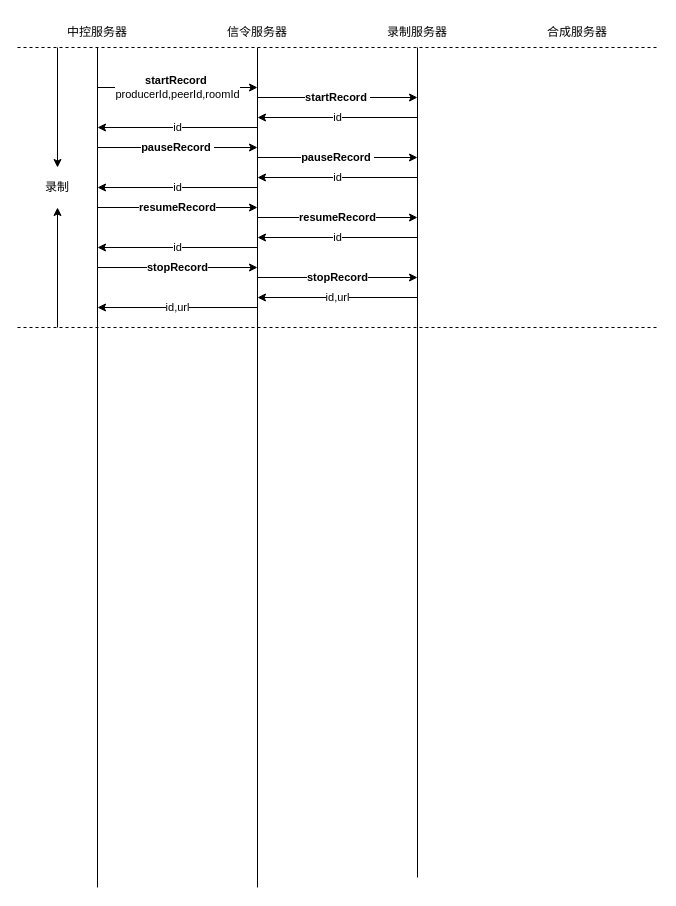
The draw.io diagram page "Page-1" (1 of 2) of Diagram3.drawio in craterone/imgs, before the edit. Source tidied: cells renumbered, new cells numbered last; positions are measured from the earlier drawing's top-left corner, leaving out a move shared by most shapes. Both pictures are drawn from the tidied source at 100%, with x=0, y=0 at pixel (17, 17).
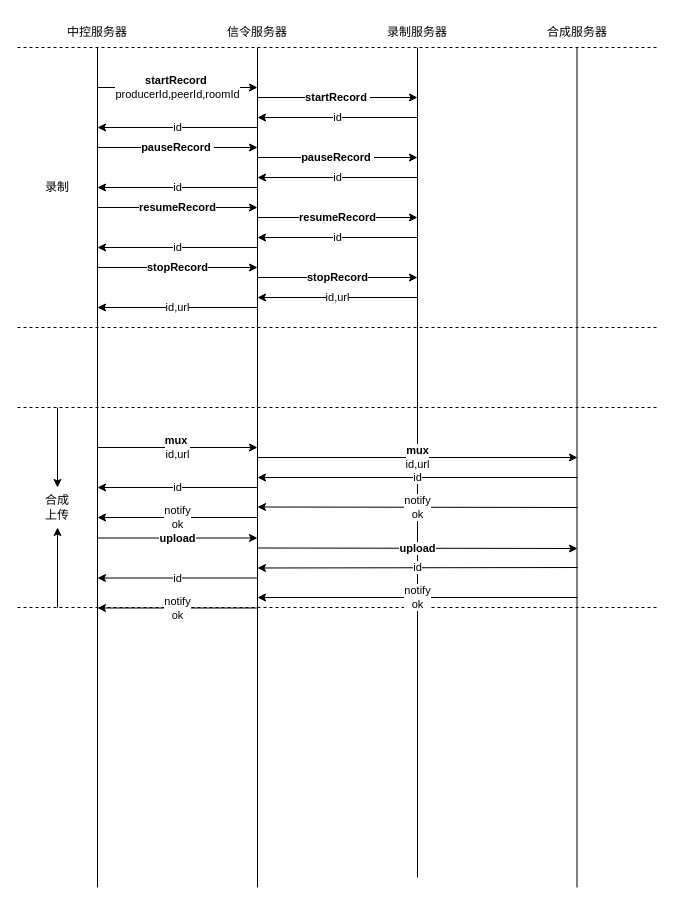
The same page after the edit.

The edit, as a diff of the source:
```diff
@@
     <mxCell id="28" style="endArrow=classic;html=1;rounded=0;" parent="1" edge="1">
       <mxGeometry relative="1" as="geometry">
-        <mxPoint x="40" y="30" as="sourcePoint" />
-        <mxPoint x="40" y="150" as="targetPoint" />
+        <mxPoint x="40" y="390" as="sourcePoint" />
+        <mxPoint x="40" y="470" as="targetPoint" />
       </mxGeometry>
     </mxCell>
     <mxCell id="29" style="endArrow=classic;html=1;rounded=0;" parent="1" edge="1">
       <mxGeometry relative="1" as="geometry">
-        <mxPoint x="40" y="310" as="sourcePoint" />
-        <mxPoint x="40" y="190" as="targetPoint" />
+        <mxPoint x="40" y="590" as="sourcePoint" />
+        <mxPoint x="40" y="510" as="targetPoint" />
       </mxGeometry>
     </mxCell>
@@
+    <mxCell id="31" style="endArrow=none;html=1;rounded=0;" parent="1" edge="1">
+      <mxGeometry relative="1" as="geometry">
+        <mxPoint x="559.5" y="870" as="sourcePoint" />
+        <mxPoint x="559.5" y="30" as="targetPoint" />
+      </mxGeometry>
+    </mxCell>
+    <mxCell id="32" style="endArrow=none;dashed=1;html=1;rounded=0;" parent="1" edge="1">
+      <mxGeometry relative="1" as="geometry">
+        <mxPoint y="390" as="sourcePoint" />
+        <mxPoint x="640" y="390" as="targetPoint" />
+      </mxGeometry>
+    </mxCell>
+    <mxCell id="33" value="&lt;b&gt;mux&lt;/b&gt;&amp;nbsp;&lt;br&gt;id,url" style="endArrow=classic;html=1;rounded=0;" parent="1" edge="1">
+      <mxGeometry relative="1" as="geometry">
+        <mxPoint x="80" y="430" as="sourcePoint" />
+        <mxPoint x="240" y="430" as="targetPoint" />
+      </mxGeometry>
+    </mxCell>
+    <mxCell id="34" value="id" style="endArrow=none;html=1;rounded=0;startArrow=classic;startFill=1;endFill=0;" parent="1" edge="1">
+      <mxGeometry relative="1" as="geometry">
+        <mxPoint x="80" y="470" as="sourcePoint" />
+        <mxPoint x="240" y="470" as="targetPoint" />
+      </mxGeometry>
+    </mxCell>
+    <mxCell id="35" value="id" style="endArrow=none;html=1;rounded=0;startArrow=classic;startFill=1;endFill=0;" parent="1" edge="1">
+      <mxGeometry relative="1" as="geometry">
+        <mxPoint x="80" y="560.5" as="sourcePoint" />
+        <mxPoint x="240" y="560.5" as="targetPoint" />
+      </mxGeometry>
+    </mxCell>
+    <mxCell id="36" value="&lt;b&gt;upload&lt;/b&gt;" style="endArrow=classic;html=1;rounded=0;" parent="1" edge="1">
+      <mxGeometry relative="1" as="geometry">
+        <mxPoint x="80" y="520.5" as="sourcePoint" />
+        <mxPoint x="240" y="520.5" as="targetPoint" />
+      </mxGeometry>
+    </mxCell>
+    <mxCell id="37" value="id" style="endArrow=none;html=1;rounded=0;startArrow=classic;startFill=1;endFill=0;" parent="1" edge="1">
+      <mxGeometry relative="1" as="geometry">
+        <mxPoint x="240" y="460" as="sourcePoint" />
+        <mxPoint x="560" y="460" as="targetPoint" />
+      </mxGeometry>
+    </mxCell>
+    <mxCell id="38" value="id" style="endArrow=none;html=1;rounded=0;startArrow=classic;startFill=1;endFill=0;" parent="1" edge="1">
+      <mxGeometry relative="1" as="geometry">
+        <mxPoint x="240" y="550.5" as="sourcePoint" />
+        <mxPoint x="560" y="550" as="targetPoint" />
+      </mxGeometry>
+    </mxCell>
+    <mxCell id="39" value="&lt;b&gt;mux&lt;/b&gt;&lt;br&gt;id,url" style="endArrow=classic;html=1;rounded=0;" parent="1" edge="1">
+      <mxGeometry relative="1" as="geometry">
+        <mxPoint x="240" y="440" as="sourcePoint" />
+        <mxPoint x="560" y="440" as="targetPoint" />
+      </mxGeometry>
+    </mxCell>
+    <mxCell id="40" value="&lt;b&gt;upload&lt;/b&gt;" style="endArrow=classic;html=1;rounded=0;" parent="1" edge="1">
+      <mxGeometry relative="1" as="geometry">
+        <mxPoint x="240" y="530.5" as="sourcePoint" />
+        <mxPoint x="560" y="531" as="targetPoint" />
+      </mxGeometry>
+    </mxCell>
+    <mxCell id="41" value="合成&lt;br&gt;上传" style="text;html=1;strokeColor=none;fillColor=none;align=center;verticalAlign=middle;whiteSpace=wrap;rounded=0;" parent="1" vertex="1">
+      <mxGeometry x="10" y="470" width="60" height="40" as="geometry" />
+    </mxCell>
+    <mxCell id="42" style="endArrow=none;dashed=1;html=1;rounded=0;" parent="1" edge="1">
+      <mxGeometry relative="1" as="geometry">
+        <mxPoint y="590" as="sourcePoint" />
+        <mxPoint x="640" y="590" as="targetPoint" />
+      </mxGeometry>
+    </mxCell>
+    <mxCell id="43" value="notify&lt;br&gt;ok" style="endArrow=none;html=1;rounded=0;startArrow=classic;startFill=1;endFill=0;" parent="1" edge="1">
+      <mxGeometry relative="1" as="geometry">
+        <mxPoint x="240" y="489.5" as="sourcePoint" />
+        <mxPoint x="560" y="490" as="targetPoint" />
+      </mxGeometry>
+    </mxCell>
+    <mxCell id="44" value="notify&lt;br&gt;ok" style="endArrow=none;html=1;rounded=0;startArrow=classic;startFill=1;endFill=0;" parent="1" edge="1">
+      <mxGeometry relative="1" as="geometry">
+        <mxPoint x="80" y="500" as="sourcePoint" />
+        <mxPoint x="240" y="500" as="targetPoint" />
+      </mxGeometry>
+    </mxCell>
+    <mxCell id="45" value="notify&lt;br&gt;ok" style="endArrow=none;html=1;rounded=0;startArrow=classic;startFill=1;endFill=0;" parent="1" edge="1">
+      <mxGeometry relative="1" as="geometry">
+        <mxPoint x="240" y="580" as="sourcePoint" />
+        <mxPoint x="560" y="580" as="targetPoint" />
+      </mxGeometry>
+    </mxCell>
+    <mxCell id="46" value="notify&lt;br&gt;ok" style="endArrow=none;html=1;rounded=0;startArrow=classic;startFill=1;endFill=0;" parent="1" edge="1">
+      <mxGeometry relative="1" as="geometry">
+        <mxPoint x="80" y="590.5" as="sourcePoint" />
+        <mxPoint x="240" y="590.5" as="targetPoint" />
+      </mxGeometry>
+    </mxCell>
```
